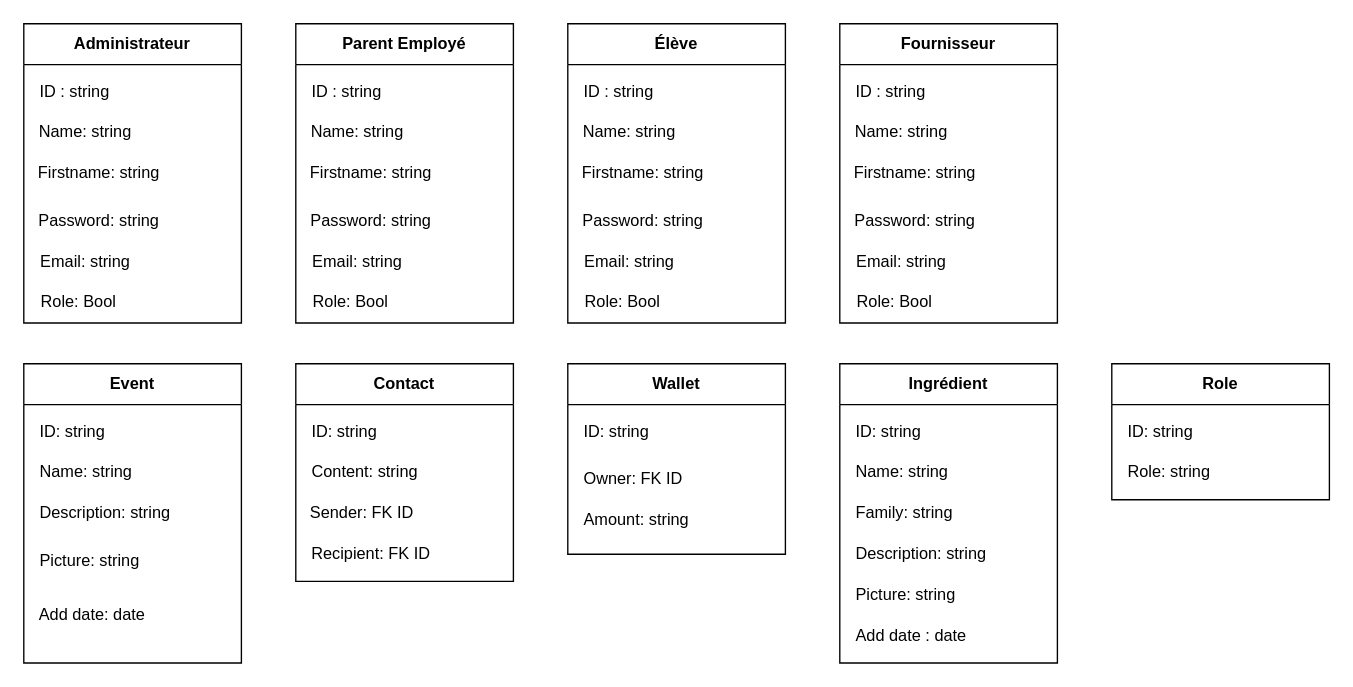
The draw.io diagram docs/diagramme de classe.drawio in SUPA93/can-teen-app, before the edit. Source tidied: cells renumbered, new cells numbered last; positions are measured from the earlier drawing's top-left corner, leaving out a move shared by most shapes. Both pictures are drawn from the tidied source at 136%, with x=0, y=0 at pixel (23, 23).
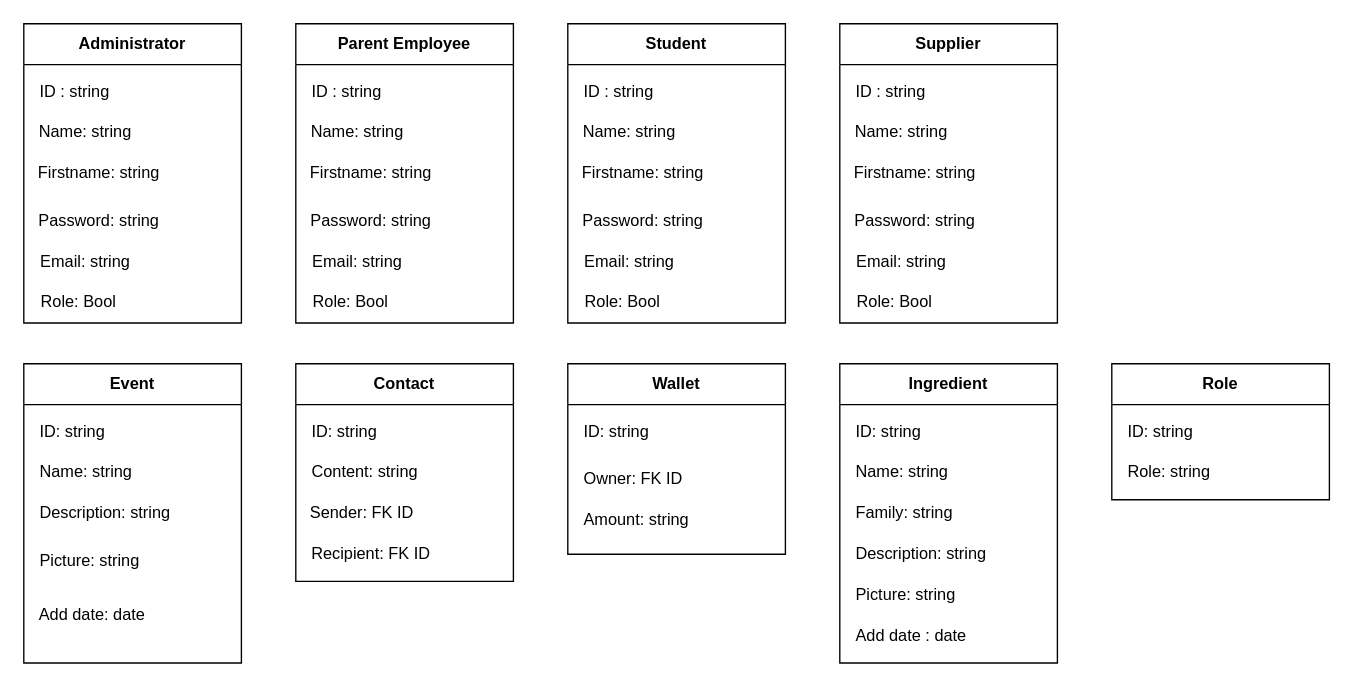
After the change.

Commit message:
n'ing'much

The edit, as a diff of the source:
```diff
@@
-    <mxCell id="2" value="Administrateur" style="swimlane;whiteSpace=wrap;html=1;shadow=0;fillColor=default;align=center;verticalAlign=middle;startSize=30;" parent="1" vertex="1">
+    <mxCell id="2" value="Administrator" style="swimlane;whiteSpace=wrap;html=1;shadow=0;fillColor=default;align=center;verticalAlign=middle;startSize=30;" parent="1" vertex="1">
       <mxGeometry width="160" height="220" as="geometry" />
     </mxCell>
@@
-    <mxCell id="9" value="Parent Employé" style="swimlane;whiteSpace=wrap;html=1;shadow=0;fillColor=default;align=center;verticalAlign=middle;startSize=30;" parent="1" vertex="1">
+    <mxCell id="9" value="Parent Employee" style="swimlane;whiteSpace=wrap;html=1;shadow=0;fillColor=default;align=center;verticalAlign=middle;startSize=30;" parent="1" vertex="1">
       <mxGeometry x="200" width="160" height="220" as="geometry" />
     </mxCell>
@@
-    <mxCell id="16" value="Élève" style="swimlane;whiteSpace=wrap;html=1;shadow=0;fillColor=default;align=center;verticalAlign=middle;startSize=30;" parent="1" vertex="1">
+    <mxCell id="16" value="Student" style="swimlane;whiteSpace=wrap;html=1;shadow=0;fillColor=default;align=center;verticalAlign=middle;startSize=30;" parent="1" vertex="1">
       <mxGeometry x="400" width="160" height="220" as="geometry" />
     </mxCell>
@@
-    <mxCell id="23" value="Ingrédient" style="swimlane;whiteSpace=wrap;html=1;shadow=0;fillColor=default;align=center;verticalAlign=middle;startSize=30;" parent="1" vertex="1">
+    <mxCell id="23" value="Ingredient" style="swimlane;whiteSpace=wrap;html=1;shadow=0;fillColor=default;align=center;verticalAlign=middle;startSize=30;" parent="1" vertex="1">
       <mxGeometry x="600" y="250" width="160" height="220" as="geometry" />
     </mxCell>
@@
-    <mxCell id="45" value="Fournisseur" style="swimlane;whiteSpace=wrap;html=1;shadow=0;fillColor=default;align=center;verticalAlign=middle;startSize=30;" parent="1" vertex="1">
+    <mxCell id="45" value="Supplier" style="swimlane;whiteSpace=wrap;html=1;shadow=0;fillColor=default;align=center;verticalAlign=middle;startSize=30;" parent="1" vertex="1">
       <mxGeometry x="600" width="160" height="220" as="geometry" />
     </mxCell>
```
